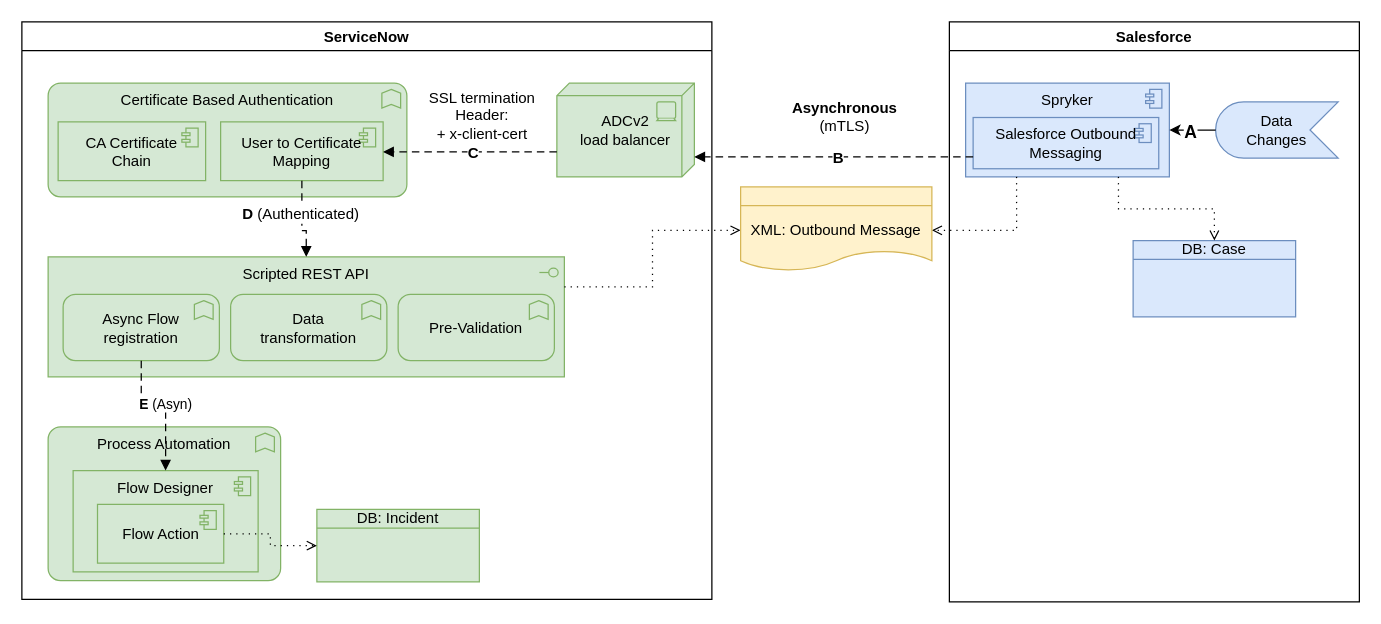
The draw.io diagram page "Sec:SF2SN" (8 of 8) of SNowSpryker.drawio in algimas/tmp, before the edit. Source tidied: cells renumbered, new cells numbered last; positions are measured from the earlier drawing's top-left corner, leaving out a move shared by most shapes. Both pictures are drawn from the tidied source at 125%, with x=0, y=0 at pixel (21, 21).
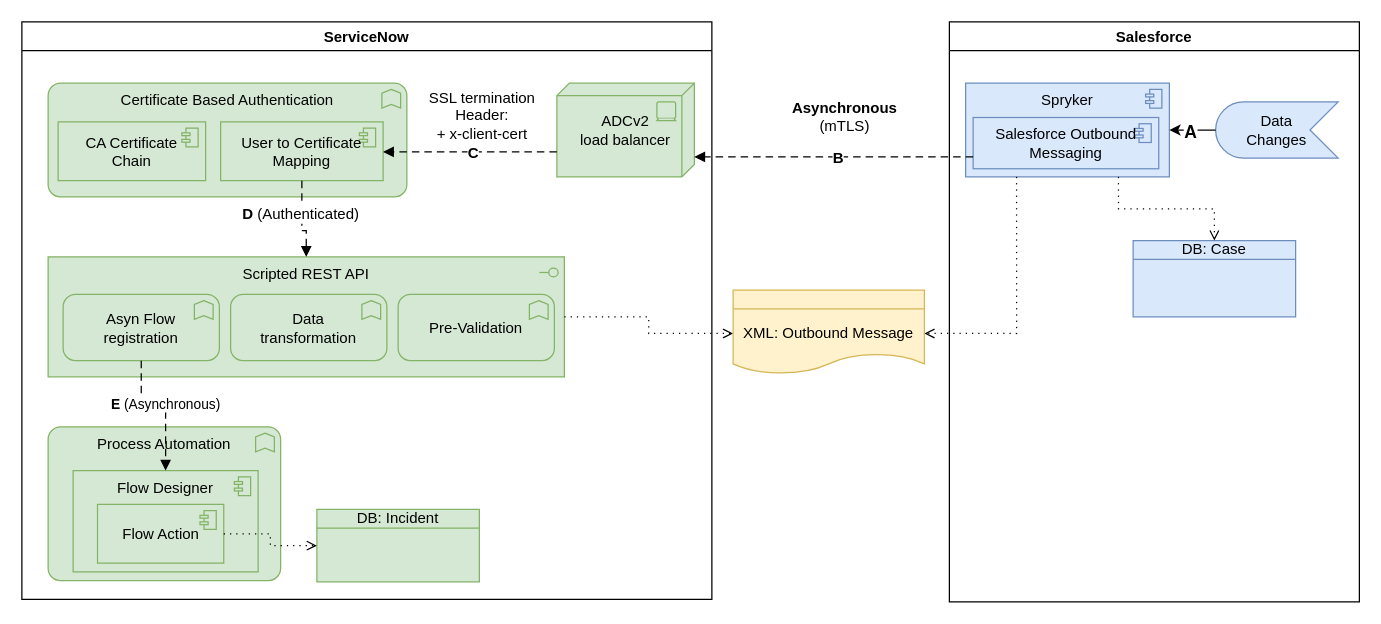
Above is the later version.

The change refers to these unchanged cells:
```xml
<mxCell id="5" value="ServiceNow" style="swimlane;" parent="1" vertex="1">
  <mxGeometry width="552" height="462" as="geometry" />
</mxCell>
<mxCell id="6" value="&lt;div&gt;Scripted REST API&lt;/div&gt;" style="html=1;outlineConnect=0;whiteSpace=wrap;fillColor=#d5e8d4;shape=mxgraph.archimate3.application;appType=interface;archiType=square;strokeColor=#82b366;verticalAlign=top;" parent="5" vertex="1">
  <mxGeometry x="21" y="188" width="413" height="96" as="geometry" />
</mxCell>
<mxCell id="29" value="Flow Designer" style="html=1;outlineConnect=0;whiteSpace=wrap;fillColor=#d5e8d4;shape=mxgraph.archimate3.application;appType=comp;archiType=square;strokeColor=#82b366;verticalAlign=top;" parent="1" vertex="1">
  <mxGeometry x="41" y="359" width="148" height="81" as="geometry" />
</mxCell>
```

What changed in the source:
```diff
@@
-    <mxCell id="8" value="&lt;div&gt;Async Flow registration&lt;br&gt;&lt;/div&gt;" style="html=1;outlineConnect=0;whiteSpace=wrap;fillColor=#d5e8d4;shape=mxgraph.archimate3.application;appType=func;archiType=rounded;strokeColor=#82b366;verticalAlign=middle;align=center;" parent="5" vertex="1">
+    <mxCell id="8" value="&lt;div&gt;Asyn Flow&lt;/div&gt;&lt;div&gt;registration&lt;br&gt;&lt;/div&gt;" style="html=1;outlineConnect=0;whiteSpace=wrap;fillColor=#d5e8d4;shape=mxgraph.archimate3.application;appType=func;archiType=rounded;strokeColor=#82b366;verticalAlign=middle;align=center;" parent="5" vertex="1">
       <mxGeometry x="33" y="218" width="125" height="53" as="geometry" />
     </mxCell>
@@
-    <mxCell id="25" style="edgeStyle=orthogonalEdgeStyle;html=1;endArrow=open;elbow=vertical;endFill=0;dashed=1;dashPattern=1 4;rounded=0;fillColor=#80b6a1;entryX=0;entryY=0.5;entryDx=0;entryDy=0;entryPerimeter=0;exitX=1;exitY=0.25;exitDx=0;exitDy=0;exitPerimeter=0;" parent="1" edge="1" source="6" target="26">
+    <mxCell id="25" style="edgeStyle=orthogonalEdgeStyle;html=1;endArrow=open;elbow=vertical;endFill=0;dashed=1;dashPattern=1 4;rounded=0;fillColor=#80b6a1;entryX=0;entryY=0.5;entryDx=0;entryDy=0;entryPerimeter=0;" parent="1" edge="1" source="6" target="26">
       <mxGeometry relative="1" as="geometry" />
     </mxCell>
     <mxCell id="26" value="&lt;div style=&quot;font-size: 12px;&quot;&gt;XML: Outbound Message&lt;/div&gt;" style="html=1;outlineConnect=0;whiteSpace=wrap;fillColor=#fff2cc;shape=mxgraph.archimate3.representation;fontSize=12;align=center;strokeColor=#d6b656;" parent="1" vertex="1">
-      <mxGeometry x="575" y="132" width="153" height="69.5" as="geometry" />
+      <mxGeometry x="569" y="214.5" width="153" height="69.5" as="geometry" />
     </mxCell>
@@
-    <mxCell id="33" value="&lt;b&gt;E&lt;/b&gt; (Asyn)" style="edgeStyle=orthogonalEdgeStyle;html=1;endArrow=block;dashed=1;elbow=vertical;endFill=1;dashPattern=6 4;rounded=0;exitX=0.5;exitY=1;exitDx=0;exitDy=0;exitPerimeter=0;entryX=0.5;entryY=0;entryDx=0;entryDy=0;entryPerimeter=0;" parent="1" edge="1" source="8" target="29">
+    <mxCell id="33" value="&lt;b&gt;E&lt;/b&gt; (Asynchronous)" style="edgeStyle=orthogonalEdgeStyle;html=1;endArrow=block;dashed=1;elbow=vertical;endFill=1;dashPattern=6 4;rounded=0;exitX=0.5;exitY=1;exitDx=0;exitDy=0;exitPerimeter=0;entryX=0.5;entryY=0;entryDx=0;entryDy=0;entryPerimeter=0;" parent="1" edge="1" source="8" target="29">
       <mxGeometry relative="1" as="geometry">
         <Array as="points">
           <mxPoint x="96" y="305" />
           <mxPoint x="115" y="305" />
         </Array>
       </mxGeometry>
     </mxCell>
```
